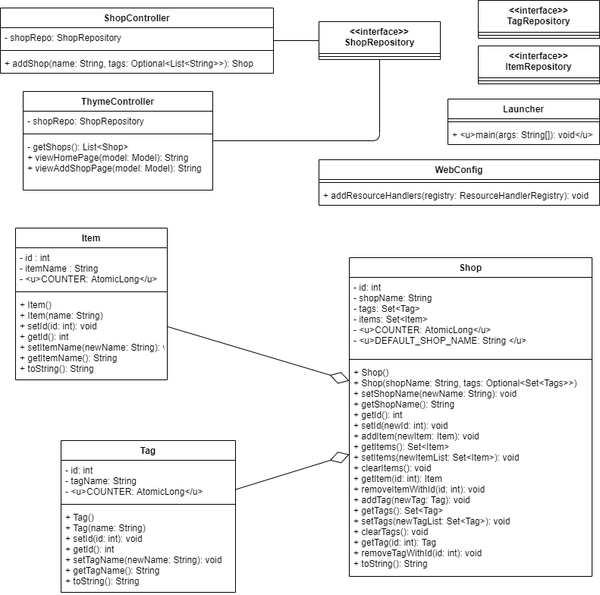
Earlier version of the draw.io export Eng Lab Project UML.png (ryanzzheng570/Software-Engineering-Project). Source tidied: cells renumbered, new cells last; positions are measured from the earlier drawing's top-left corner, leaving out a move shared by most shapes.
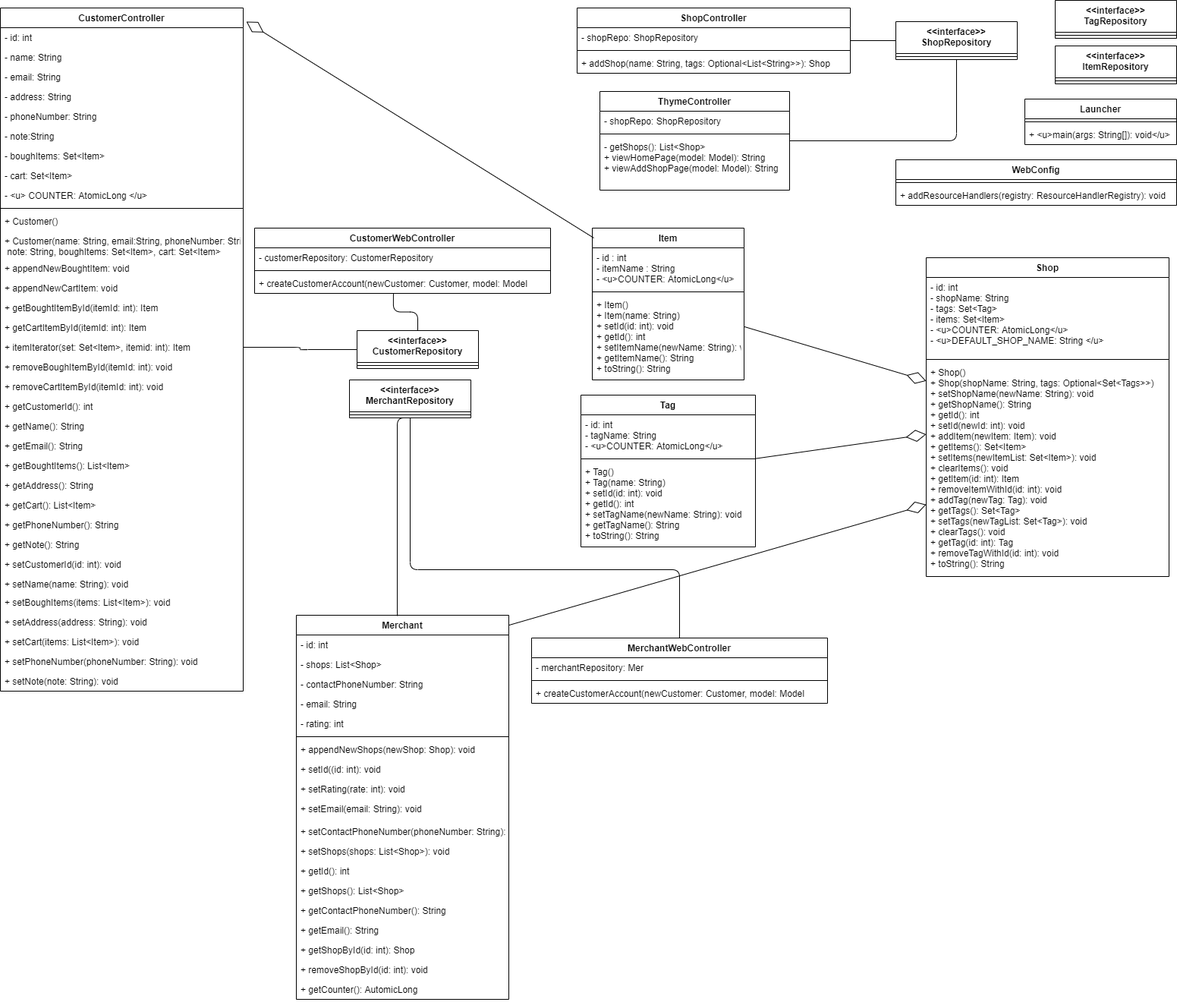
The same diagram one commit later.

Commit message:
Updated UML and renamed web controller

The edit, as a diff of the source:
```diff
@@ -54,7 +54,7 @@
       <mxGeometry y="60" width="360" height="26" as="geometry" />
     </mxCell>
     <mxCell id="19" value="Tag" style="swimlane;fontStyle=1;align=center;verticalAlign=top;horizontal=1;startSize=26;" parent="1" vertex="1">
-      <mxGeometry x="80" y="580" width="230" height="200" as="geometry" />
+      <mxGeometry x="5" y="520" width="230" height="200" as="geometry" />
     </mxCell>
     <mxCell id="20" value="- id: int&#10;- tagName: String&#10;- &lt;u&gt;COUNTER: AtomicLong&lt;/u&gt;" style="text;strokeColor=none;fillColor=none;align=left;verticalAlign=top;spacingLeft=4;spacingRight=4;overflow=hidden;" parent="19" vertex="1">
       <mxGeometry y="26" width="230" height="54" as="geometry" />
@@ -110,5 +110,233 @@
     <mxCell id="37" style="endArrow=none;html=1;edgeStyle=orthogonalEdgeStyle;" parent="1" edge="1" source="25" target="34">
       <mxGeometry relative="1" as="geometry" />
     </mxCell>
+    <mxCell id="38" value="&lt;&lt;interface&gt;&gt;&#10;MerchantRepository" style="swimlane;fontStyle=1;align=center;verticalAlign=top;horizontal=1;startSize=42;" parent="1" vertex="1">
+      <mxGeometry x="-300" y="500" width="160" height="50" as="geometry" />
+    </mxCell>
+    <mxCell id="39" style="line;strokeWidth=1;fillColor=none;align=left;verticalAlign=middle;spacingTop=-1;spacingLeft=3;spacingRight=3;labelPosition=right;" parent="38" vertex="1">
+      <mxGeometry y="42" width="160" height="8" as="geometry" />
+    </mxCell>
+    <mxCell id="40" value="&lt;&lt;interface&gt;&gt;&#10;CustomerRepository" style="swimlane;fontStyle=1;align=center;verticalAlign=top;horizontal=1;startSize=42;" parent="1" vertex="1">
+      <mxGeometry x="-290" y="435" width="160" height="50" as="geometry" />
+    </mxCell>
+    <mxCell id="41" style="line;strokeWidth=1;fillColor=none;align=left;verticalAlign=middle;spacingTop=-1;spacingLeft=3;spacingRight=3;labelPosition=right;" parent="40" vertex="1">
+      <mxGeometry y="42" width="160" height="8" as="geometry" />
+    </mxCell>
+    <mxCell id="42" value="CustomerController" style="swimlane;fontStyle=1;align=center;verticalAlign=top;horizontal=1;startSize=26;" parent="1" vertex="1">
+      <mxGeometry x="-760" y="10" width="320" height="900" as="geometry" />
+    </mxCell>
+    <mxCell id="43" value="- id: int " style="text;strokeColor=none;fillColor=none;align=left;verticalAlign=top;spacingLeft=4;spacingRight=4;overflow=hidden;" parent="42" vertex="1">
+      <mxGeometry y="26" width="320" height="26" as="geometry" />
+    </mxCell>
+    <mxCell id="44" value="- name: String" style="text;strokeColor=none;fillColor=none;align=left;verticalAlign=top;spacingLeft=4;spacingRight=4;overflow=hidden;" parent="42" vertex="1">
+      <mxGeometry y="52" width="320" height="26" as="geometry" />
+    </mxCell>
+    <mxCell id="45" value="- email: String" style="text;strokeColor=none;fillColor=none;align=left;verticalAlign=top;spacingLeft=4;spacingRight=4;overflow=hidden;" parent="42" vertex="1">
+      <mxGeometry y="78" width="320" height="26" as="geometry" />
+    </mxCell>
+    <mxCell id="46" value="- address: String" style="text;strokeColor=none;fillColor=none;align=left;verticalAlign=top;spacingLeft=4;spacingRight=4;overflow=hidden;" parent="42" vertex="1">
+      <mxGeometry y="104" width="320" height="26" as="geometry" />
+    </mxCell>
+    <mxCell id="47" value="- phoneNumber: String" style="text;strokeColor=none;fillColor=none;align=left;verticalAlign=top;spacingLeft=4;spacingRight=4;overflow=hidden;" parent="42" vertex="1">
+      <mxGeometry y="130" width="320" height="26" as="geometry" />
+    </mxCell>
+    <mxCell id="48" value="- note:String" style="text;strokeColor=none;fillColor=none;align=left;verticalAlign=top;spacingLeft=4;spacingRight=4;overflow=hidden;" parent="42" vertex="1">
+      <mxGeometry y="156" width="320" height="26" as="geometry" />
+    </mxCell>
+    <mxCell id="49" value="- boughItems: Set&lt;Item&gt;" style="text;strokeColor=none;fillColor=none;align=left;verticalAlign=top;spacingLeft=4;spacingRight=4;overflow=hidden;" parent="42" vertex="1">
+      <mxGeometry y="182" width="320" height="26" as="geometry" />
+    </mxCell>
+    <mxCell id="50" value="- cart: Set&lt;Item&gt;" style="text;strokeColor=none;fillColor=none;align=left;verticalAlign=top;spacingLeft=4;spacingRight=4;overflow=hidden;" parent="42" vertex="1">
+      <mxGeometry y="208" width="320" height="26" as="geometry" />
+    </mxCell>
+    <mxCell id="51" value="- &lt;u&gt; COUNTER: AtomicLong &lt;/u&gt;" style="text;strokeColor=none;fillColor=none;align=left;verticalAlign=top;spacingLeft=4;spacingRight=4;overflow=hidden;" parent="42" vertex="1">
+      <mxGeometry y="234" width="320" height="26" as="geometry" />
+    </mxCell>
+    <mxCell id="52" style="line;strokeWidth=1;fillColor=none;align=left;verticalAlign=middle;spacingTop=-1;spacingLeft=3;spacingRight=3;labelPosition=right;" parent="42" vertex="1">
+      <mxGeometry y="260" width="320" height="8" as="geometry" />
+    </mxCell>
+    <mxCell id="53" value="+ Customer()" style="text;strokeColor=none;fillColor=none;align=left;verticalAlign=top;spacingLeft=4;spacingRight=4;overflow=hidden;" parent="42" vertex="1">
+      <mxGeometry y="268" width="320" height="26" as="geometry" />
+    </mxCell>
+    <mxCell id="54" value="+ Customer(name: String, email:String, phoneNumber: String,&#10; note: String, boughItems: Set&lt;Item&gt;, cart: Set&lt;Item&gt;" style="text;strokeColor=none;fillColor=none;align=left;verticalAlign=top;spacingLeft=4;spacingRight=4;overflow=hidden;" parent="42" vertex="1">
+      <mxGeometry y="294" width="320" height="36" as="geometry" />
+    </mxCell>
+    <mxCell id="55" value="+ appendNewBoughtItem: void" style="text;strokeColor=none;fillColor=none;align=left;verticalAlign=top;spacingLeft=4;spacingRight=4;overflow=hidden;" parent="42" vertex="1">
+      <mxGeometry y="330" width="320" height="26" as="geometry" />
+    </mxCell>
+    <mxCell id="56" value="+ appendNewCartItem: void" style="text;strokeColor=none;fillColor=none;align=left;verticalAlign=top;spacingLeft=4;spacingRight=4;overflow=hidden;" parent="42" vertex="1">
+      <mxGeometry y="356" width="320" height="26" as="geometry" />
+    </mxCell>
+    <mxCell id="57" value="+ getBoughtItemById(itemId: int): Item" style="text;strokeColor=none;fillColor=none;align=left;verticalAlign=top;spacingLeft=4;spacingRight=4;overflow=hidden;" parent="42" vertex="1">
+      <mxGeometry y="382" width="320" height="26" as="geometry" />
+    </mxCell>
+    <mxCell id="58" value="+ getCartItemById(itemId: int): Item" style="text;strokeColor=none;fillColor=none;align=left;verticalAlign=top;spacingLeft=4;spacingRight=4;overflow=hidden;" parent="42" vertex="1">
+      <mxGeometry y="408" width="320" height="26" as="geometry" />
+    </mxCell>
+    <mxCell id="59" value="+ itemIterator(set: Set&lt;Item&gt;, itemid: int): Item" style="text;strokeColor=none;fillColor=none;align=left;verticalAlign=top;spacingLeft=4;spacingRight=4;overflow=hidden;points=[[0,0.5],[1,0.5]];portConstraint=eastwest;" parent="42" vertex="1">
+      <mxGeometry y="434" width="320" height="26" as="geometry" />
+    </mxCell>
+    <mxCell id="60" value="+ removeBoughItemById(itemId: int): void" style="text;strokeColor=none;fillColor=none;align=left;verticalAlign=top;spacingLeft=4;spacingRight=4;overflow=hidden;" parent="42" vertex="1">
+      <mxGeometry y="460" width="320" height="26" as="geometry" />
+    </mxCell>
+    <mxCell id="61" value="+ removeCartItemById(itemId: int): void" style="text;strokeColor=none;fillColor=none;align=left;verticalAlign=top;spacingLeft=4;spacingRight=4;overflow=hidden;" parent="42" vertex="1">
+      <mxGeometry y="486" width="320" height="26" as="geometry" />
+    </mxCell>
+    <mxCell id="62" value="+ getCustomerId(): int" style="text;strokeColor=none;fillColor=none;align=left;verticalAlign=top;spacingLeft=4;spacingRight=4;overflow=hidden;" parent="42" vertex="1">
+      <mxGeometry y="512" width="320" height="26" as="geometry" />
+    </mxCell>
+    <mxCell id="63" value="+ getName(): String" style="text;strokeColor=none;fillColor=none;align=left;verticalAlign=top;spacingLeft=4;spacingRight=4;overflow=hidden;" parent="42" vertex="1">
+      <mxGeometry y="538" width="320" height="26" as="geometry" />
+    </mxCell>
+    <mxCell id="64" value="+ getEmail(): String" style="text;strokeColor=none;fillColor=none;align=left;verticalAlign=top;spacingLeft=4;spacingRight=4;overflow=hidden;" parent="42" vertex="1">
+      <mxGeometry y="564" width="320" height="26" as="geometry" />
+    </mxCell>
+    <mxCell id="65" value="+ getBoughtItems(): List&lt;Item&gt;" style="text;strokeColor=none;fillColor=none;align=left;verticalAlign=top;spacingLeft=4;spacingRight=4;overflow=hidden;" parent="42" vertex="1">
+      <mxGeometry y="590" width="320" height="26" as="geometry" />
+    </mxCell>
+    <mxCell id="66" value="+ getAddress(): String" style="text;strokeColor=none;fillColor=none;align=left;verticalAlign=top;spacingLeft=4;spacingRight=4;overflow=hidden;" parent="42" vertex="1">
+      <mxGeometry y="616" width="320" height="26" as="geometry" />
+    </mxCell>
+    <mxCell id="67" value="+ getCart(): List&lt;Item&gt;" style="text;strokeColor=none;fillColor=none;align=left;verticalAlign=top;spacingLeft=4;spacingRight=4;overflow=hidden;" parent="42" vertex="1">
+      <mxGeometry y="642" width="320" height="26" as="geometry" />
+    </mxCell>
+    <mxCell id="68" value="+ getPhoneNumber(): String" style="text;strokeColor=none;fillColor=none;align=left;verticalAlign=top;spacingLeft=4;spacingRight=4;overflow=hidden;" parent="42" vertex="1">
+      <mxGeometry y="668" width="320" height="26" as="geometry" />
+    </mxCell>
+    <mxCell id="69" value="+ getNote(): String" style="text;strokeColor=none;fillColor=none;align=left;verticalAlign=top;spacingLeft=4;spacingRight=4;overflow=hidden;" parent="42" vertex="1">
+      <mxGeometry y="694" width="320" height="26" as="geometry" />
+    </mxCell>
+    <mxCell id="70" value="+ setCustomerId(id: int): void" style="text;strokeColor=none;fillColor=none;align=left;verticalAlign=top;spacingLeft=4;spacingRight=4;overflow=hidden;" parent="42" vertex="1">
+      <mxGeometry y="720" width="320" height="26" as="geometry" />
+    </mxCell>
+    <mxCell id="71" value="+ setName(name: String): void" style="text;strokeColor=none;fillColor=none;align=left;verticalAlign=top;spacingLeft=4;spacingRight=4;overflow=hidden;" parent="42" vertex="1">
+      <mxGeometry y="746" width="320" height="24" as="geometry" />
+    </mxCell>
+    <mxCell id="72" value="+ setBoughItems(items: List&lt;Item&gt;): void" style="text;strokeColor=none;fillColor=none;align=left;verticalAlign=top;spacingLeft=4;spacingRight=4;overflow=hidden;" parent="42" vertex="1">
+      <mxGeometry y="770" width="320" height="26" as="geometry" />
+    </mxCell>
+    <mxCell id="73" value="+ setAddress(address: String): void" style="text;strokeColor=none;fillColor=none;align=left;verticalAlign=top;spacingLeft=4;spacingRight=4;overflow=hidden;" parent="42" vertex="1">
+      <mxGeometry y="796" width="320" height="26" as="geometry" />
+    </mxCell>
+    <mxCell id="74" value="+ setCart(items: List&lt;Item&gt;): void" style="text;strokeColor=none;fillColor=none;align=left;verticalAlign=top;spacingLeft=4;spacingRight=4;overflow=hidden;" parent="42" vertex="1">
+      <mxGeometry y="822" width="320" height="26" as="geometry" />
+    </mxCell>
+    <mxCell id="75" value="+ setPhoneNumber(phoneNumber: String): void" style="text;strokeColor=none;fillColor=none;align=left;verticalAlign=top;spacingLeft=4;spacingRight=4;overflow=hidden;" parent="42" vertex="1">
+      <mxGeometry y="848" width="320" height="26" as="geometry" />
+    </mxCell>
+    <mxCell id="76" value="+ setNote(note: String): void" style="text;strokeColor=none;fillColor=none;align=left;verticalAlign=top;spacingLeft=4;spacingRight=4;overflow=hidden;" parent="42" vertex="1">
+      <mxGeometry y="874" width="320" height="26" as="geometry" />
+    </mxCell>
+    <mxCell id="77" value="Merchant" style="swimlane;fontStyle=1;align=center;verticalAlign=top;horizontal=1;startSize=26;" parent="1" vertex="1">
+      <mxGeometry x="-370" y="810" width="280" height="506" as="geometry" />
+    </mxCell>
+    <mxCell id="78" value="- id: int" style="text;strokeColor=none;fillColor=none;align=left;verticalAlign=top;spacingLeft=4;spacingRight=4;overflow=hidden;" parent="77" vertex="1">
+      <mxGeometry y="26" width="280" height="26" as="geometry" />
+    </mxCell>
+    <mxCell id="79" value="- shops: List&lt;Shop&gt;" style="text;strokeColor=none;fillColor=none;align=left;verticalAlign=top;spacingLeft=4;spacingRight=4;overflow=hidden;" parent="77" vertex="1">
+      <mxGeometry y="52" width="280" height="26" as="geometry" />
+    </mxCell>
+    <mxCell id="80" value="- contactPhoneNumber: String&#10;" style="text;strokeColor=none;fillColor=none;align=left;verticalAlign=top;spacingLeft=4;spacingRight=4;overflow=hidden;" parent="77" vertex="1">
+      <mxGeometry y="78" width="280" height="26" as="geometry" />
+    </mxCell>
+    <mxCell id="81" value="- email: String" style="text;strokeColor=none;fillColor=none;align=left;verticalAlign=top;spacingLeft=4;spacingRight=4;overflow=hidden;" parent="77" vertex="1">
+      <mxGeometry y="104" width="280" height="26" as="geometry" />
+    </mxCell>
+    <mxCell id="82" value="- rating: int" style="text;strokeColor=none;fillColor=none;align=left;verticalAlign=top;spacingLeft=4;spacingRight=4;overflow=hidden;" parent="77" vertex="1">
+      <mxGeometry y="130" width="280" height="26" as="geometry" />
+    </mxCell>
+    <mxCell id="83" style="line;strokeWidth=1;fillColor=none;align=left;verticalAlign=middle;spacingTop=-1;spacingLeft=3;spacingRight=3;labelPosition=right;" parent="77" vertex="1">
+      <mxGeometry y="156" width="280" height="8" as="geometry" />
+    </mxCell>
+    <mxCell id="84" value="+ appendNewShops(newShop: Shop): void" style="text;strokeColor=none;fillColor=none;align=left;verticalAlign=top;spacingLeft=4;spacingRight=4;overflow=hidden;" parent="77" vertex="1">
+      <mxGeometry y="164" width="280" height="26" as="geometry" />
+    </mxCell>
+    <mxCell id="85" value="+ setId((id: int): void" style="text;strokeColor=none;fillColor=none;align=left;verticalAlign=top;spacingLeft=4;spacingRight=4;overflow=hidden;" parent="77" vertex="1">
+      <mxGeometry y="190" width="280" height="26" as="geometry" />
+    </mxCell>
+    <mxCell id="86" value="+ setRating(rate: int): void" style="text;strokeColor=none;fillColor=none;align=left;verticalAlign=top;spacingLeft=4;spacingRight=4;overflow=hidden;" parent="77" vertex="1">
+      <mxGeometry y="216" width="280" height="26" as="geometry" />
+    </mxCell>
+    <mxCell id="87" value="+ setEmail(email: String): void" style="text;strokeColor=none;fillColor=none;align=left;verticalAlign=top;spacingLeft=4;spacingRight=4;overflow=hidden;" parent="77" vertex="1">
+      <mxGeometry y="242" width="280" height="30" as="geometry" />
+    </mxCell>
+    <mxCell id="88" value="+ setContactPhoneNumber(phoneNumber: String): void" style="text;strokeColor=none;fillColor=none;align=left;verticalAlign=top;spacingLeft=4;spacingRight=4;overflow=hidden;" parent="77" vertex="1">
+      <mxGeometry y="272" width="280" height="26" as="geometry" />
+    </mxCell>
+    <mxCell id="89" value="+ setShops(shops: List&lt;Shop&gt;): void" style="text;strokeColor=none;fillColor=none;align=left;verticalAlign=top;spacingLeft=4;spacingRight=4;overflow=hidden;" parent="77" vertex="1">
+      <mxGeometry y="298" width="280" height="26" as="geometry" />
+    </mxCell>
+    <mxCell id="90" value="+ getId(): int" style="text;strokeColor=none;fillColor=none;align=left;verticalAlign=top;spacingLeft=4;spacingRight=4;overflow=hidden;" parent="77" vertex="1">
+      <mxGeometry y="324" width="280" height="26" as="geometry" />
+    </mxCell>
+    <mxCell id="91" value="+ getShops(): List&lt;Shop&gt;" style="text;strokeColor=none;fillColor=none;align=left;verticalAlign=top;spacingLeft=4;spacingRight=4;overflow=hidden;" parent="77" vertex="1">
+      <mxGeometry y="350" width="280" height="26" as="geometry" />
+    </mxCell>
+    <mxCell id="92" value="+ getContactPhoneNumber(): String" style="text;strokeColor=none;fillColor=none;align=left;verticalAlign=top;spacingLeft=4;spacingRight=4;overflow=hidden;" parent="77" vertex="1">
+      <mxGeometry y="376" width="280" height="26" as="geometry" />
+    </mxCell>
+    <mxCell id="93" value="+ getEmail(): String" style="text;strokeColor=none;fillColor=none;align=left;verticalAlign=top;spacingLeft=4;spacingRight=4;overflow=hidden;" parent="77" vertex="1">
+      <mxGeometry y="402" width="280" height="26" as="geometry" />
+    </mxCell>
+    <mxCell id="94" value="+ getShopById(id: int): Shop" style="text;strokeColor=none;fillColor=none;align=left;verticalAlign=top;spacingLeft=4;spacingRight=4;overflow=hidden;" parent="77" vertex="1">
+      <mxGeometry y="428" width="280" height="26" as="geometry" />
+    </mxCell>
+    <mxCell id="95" value="+ removeShopById(id: int): void" style="text;strokeColor=none;fillColor=none;align=left;verticalAlign=top;spacingLeft=4;spacingRight=4;overflow=hidden;" parent="77" vertex="1">
+      <mxGeometry y="454" width="280" height="26" as="geometry" />
+    </mxCell>
+    <mxCell id="96" value="+ getCounter(): AutomicLong" style="text;strokeColor=none;fillColor=none;align=left;verticalAlign=top;spacingLeft=4;spacingRight=4;overflow=hidden;" parent="77" vertex="1">
+      <mxGeometry y="480" width="280" height="26" as="geometry" />
+    </mxCell>
+    <mxCell id="97" style="endArrow=diamondThin;endFill=0;endSize=24;html=1;exitX=0.01;exitY=0.065;exitDx=0;exitDy=0;exitPerimeter=0;entryX=1.013;entryY=0.02;entryDx=0;entryDy=0;entryPerimeter=0;" parent="1" edge="1" source="2" target="42">
+      <mxGeometry relative="1" as="geometry" />
+    </mxCell>
+    <mxCell id="98" style="endArrow=diamondThin;endFill=0;endSize=24;html=1;exitX=1;exitY=0.026;exitDx=0;exitDy=0;exitPerimeter=0;" parent="1" edge="1" source="77" target="14">
+      <mxGeometry relative="1" as="geometry" />
+    </mxCell>
+    <mxCell id="99" value="CustomerWebController" style="swimlane;fontStyle=1;align=center;verticalAlign=top;horizontal=1;startSize=26;" parent="1" vertex="1">
+      <mxGeometry x="-425" y="300" width="390" height="86" as="geometry" />
+    </mxCell>
+    <mxCell id="100" value="- customerRepository: CustomerRepository" style="text;strokeColor=none;fillColor=none;align=left;verticalAlign=top;spacingLeft=4;spacingRight=4;overflow=hidden;" parent="99" vertex="1">
+      <mxGeometry y="26" width="390" height="26" as="geometry" />
+    </mxCell>
+    <mxCell id="101" style="line;strokeWidth=1;fillColor=none;align=left;verticalAlign=middle;spacingTop=-1;spacingLeft=3;spacingRight=3;labelPosition=right;" parent="99" vertex="1">
+      <mxGeometry y="52" width="390" height="8" as="geometry" />
+    </mxCell>
+    <mxCell id="102" value="+ createCustomerAccount(newCustomer: Customer, model: Model" style="text;strokeColor=none;fillColor=none;align=left;verticalAlign=top;spacingLeft=4;spacingRight=4;overflow=hidden;points=[[0,0.5],[1,0.5]];portConstraint=eastwest;" parent="99" vertex="1">
+      <mxGeometry y="60" width="390" height="26" as="geometry" />
+    </mxCell>
+    <mxCell id="103" style="endArrow=none;html=1;edgeStyle=orthogonalEdgeStyle;exitX=1;exitY=0.5;exitDx=0;exitDy=0;entryX=0;entryY=0.5;entryDx=0;entryDy=0;" parent="1" edge="1" source="59" target="40">
+      <mxGeometry relative="1" as="geometry" />
+    </mxCell>
+    <mxCell id="104" style="endArrow=none;html=1;edgeStyle=orthogonalEdgeStyle;exitX=0.475;exitY=0.002;exitDx=0;exitDy=0;entryX=0.5;entryY=1;entryDx=0;entryDy=0;exitPerimeter=0;" parent="1" edge="1" source="77" target="38">
+      <mxGeometry relative="1" as="geometry">
+        <Array as="points">
+          <mxPoint x="-237" y="550" />
+        </Array>
+      </mxGeometry>
+    </mxCell>
+    <mxCell id="105" style="endArrow=none;html=1;edgeStyle=orthogonalEdgeStyle;exitX=0.469;exitY=1;exitDx=0;exitDy=0;entryX=0.5;entryY=0;entryDx=0;entryDy=0;exitPerimeter=0;" parent="1" edge="1" source="102" target="40">
+      <mxGeometry relative="1" as="geometry" />
+    </mxCell>
+    <mxCell id="106" value="MerchantWebController" style="swimlane;fontStyle=1;align=center;verticalAlign=top;horizontal=1;startSize=26;" parent="1" vertex="1">
+      <mxGeometry x="-60" y="840" width="390" height="86" as="geometry" />
+    </mxCell>
+    <mxCell id="107" value="- merchantRepository: Mer" style="text;strokeColor=none;fillColor=none;align=left;verticalAlign=top;spacingLeft=4;spacingRight=4;overflow=hidden;" parent="106" vertex="1">
+      <mxGeometry y="26" width="390" height="26" as="geometry" />
+    </mxCell>
+    <mxCell id="108" style="line;strokeWidth=1;fillColor=none;align=left;verticalAlign=middle;spacingTop=-1;spacingLeft=3;spacingRight=3;labelPosition=right;" parent="106" vertex="1">
+      <mxGeometry y="52" width="390" height="8" as="geometry" />
+    </mxCell>
+    <mxCell id="109" value="+ createCustomerAccount(newCustomer: Customer, model: Model" style="text;strokeColor=none;fillColor=none;align=left;verticalAlign=top;spacingLeft=4;spacingRight=4;overflow=hidden;" parent="106" vertex="1">
+      <mxGeometry y="60" width="390" height="26" as="geometry" />
+    </mxCell>
+    <mxCell id="110" style="endArrow=none;html=1;edgeStyle=orthogonalEdgeStyle;exitX=0.5;exitY=1;exitDx=0;exitDy=0;entryX=0.5;entryY=0;entryDx=0;entryDy=0;" parent="1" edge="1" source="38" target="106">
+      <mxGeometry relative="1" as="geometry">
+        <Array as="points">
+          <mxPoint x="-220" y="750" />
+          <mxPoint x="135" y="750" />
+        </Array>
+      </mxGeometry>
+    </mxCell>
   </root>
 </mxGraphModel>
```
